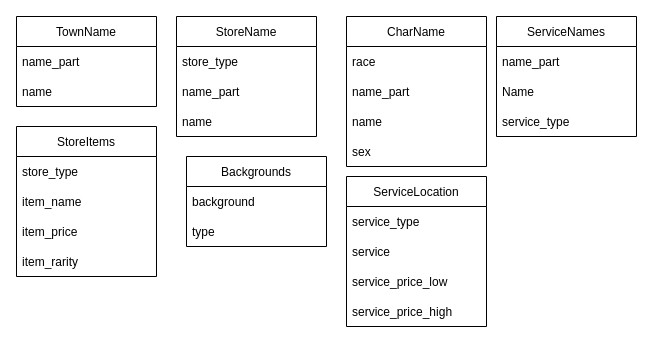
This is dnd_town_builder_nautobot_plugin.drawio from GoreNetwork/draw.io-nautobot-work, a draw.io file, before an edit. Source tidied: cells renumbered, new cells numbered last; positions are measured from the earlier drawing's top-left corner, leaving out a move shared by most shapes. Both pictures are drawn from the tidied source at 100%, with x=0, y=0 at pixel (16, 16).
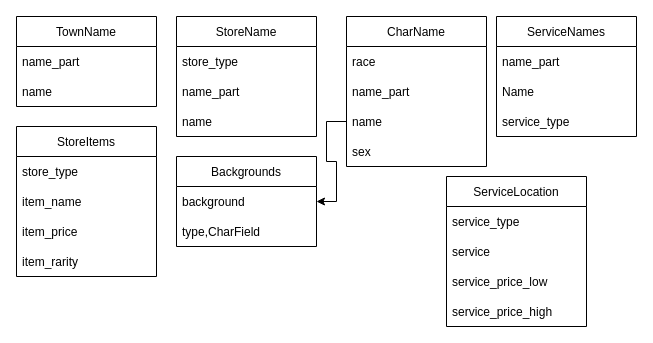
Above is the later version.

Unchanged cells that the change refers to:
```xml
<mxCell id="3" value="background" style="text;strokeColor=none;fillColor=none;align=left;verticalAlign=middle;spacingLeft=4;spacingRight=4;overflow=hidden;points=[[0,0.5],[1,0.5]];portConstraint=eastwest;" parent="2" vertex="1">
  <mxGeometry y="30" width="140" height="30" as="geometry" />
</mxCell>
<mxCell id="17" value="name" style="text;strokeColor=none;fillColor=none;align=left;verticalAlign=middle;spacingLeft=4;spacingRight=4;overflow=hidden;points=[[0,0.5],[1,0.5]];portConstraint=eastwest;" parent="14" vertex="1">
  <mxGeometry y="90" width="140" height="30" as="geometry" />
</mxCell>
```

The edit, as a diff of the source:
```diff
@@
     <mxCell id="2" value="Backgrounds" style="swimlane;fontStyle=0;horizontal=1;startSize=30;" parent="1" vertex="1">
-      <mxGeometry x="170" y="140" width="140" height="90" as="geometry" />
+      <mxGeometry x="160" y="140" width="140" height="90" as="geometry" />
     </mxCell>
@@
-    <mxCell id="4" value="type" style="text;strokeColor=none;fillColor=none;align=left;verticalAlign=middle;spacingLeft=4;spacingRight=4;overflow=hidden;" parent="2" vertex="1">
+    <mxCell id="4" value="type,CharField" style="text;strokeColor=none;fillColor=none;align=left;verticalAlign=middle;spacingLeft=4;spacingRight=4;overflow=hidden;" parent="2" vertex="1">
       <mxGeometry y="60" width="140" height="30" as="geometry" />
     </mxCell>
     <mxCell id="5" value="ServiceLocation" style="swimlane;fontStyle=0;horizontal=1;startSize=30;" parent="1" vertex="1">
-      <mxGeometry x="330" y="160" width="140" height="150" as="geometry" />
+      <mxGeometry x="430" y="160" width="140" height="150" as="geometry" />
     </mxCell>
@@
+    <mxCell id="31" style="edgeStyle=orthogonalEdgeStyle;rounded=0;jettySize=auto;html=1;exitX=0;exitY=0.5;exitDx=0;exitDy=0;entryX=1;entryY=0.5;entryDx=0;entryDy=0;" parent="1" edge="1" source="17" target="3">
+      <mxGeometry relative="1" as="geometry" />
+    </mxCell>
```
